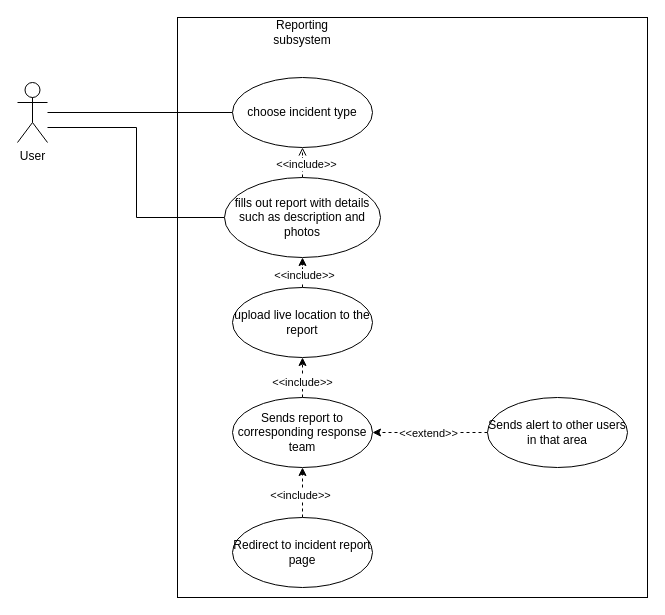
The draw.io diagram Reporting.drawio in Kari19/D1, before the edit. Source tidied: cells renumbered, new cells numbered last; positions are measured from the earlier drawing's top-left corner, leaving out a move shared by most shapes. Both pictures are drawn from the tidied source at 100%, with x=0, y=0 at pixel (17, 17).
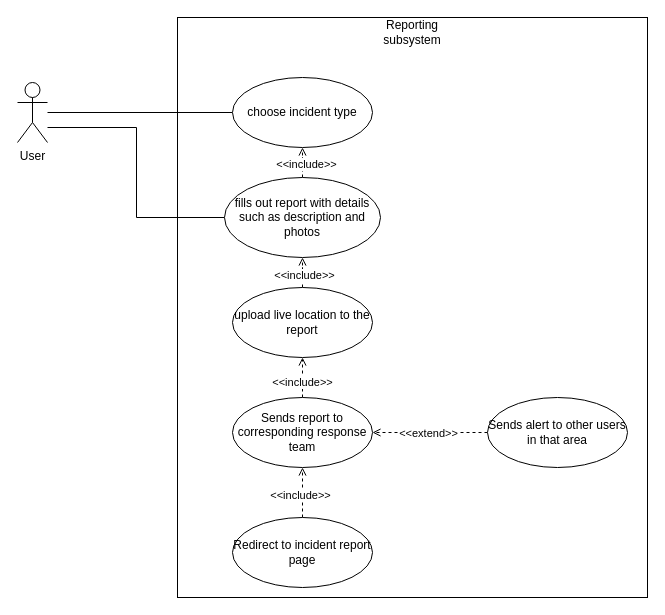
After the change.

The change refers to these unchanged cells:
```xml
<mxCell id="9" value="&lt;div&gt;fills out report with details such as description and photos&lt;/div&gt;" style="ellipse;whiteSpace=wrap;html=1;" parent="1" vertex="1">
  <mxGeometry x="207" y="160" width="156" height="80" as="geometry" />
</mxCell>
<mxCell id="12" value="upload live location to the report" style="ellipse;whiteSpace=wrap;html=1;" parent="1" vertex="1">
  <mxGeometry x="215" y="270" width="140" height="70" as="geometry" />
</mxCell>
<mxCell id="16" value="Sends report to corresponding response team" style="ellipse;whiteSpace=wrap;html=1;" parent="1" vertex="1">
  <mxGeometry x="215" y="380" width="140" height="70" as="geometry" />
</mxCell>
<mxCell id="19" value="Sends alert to other users in that area" style="ellipse;whiteSpace=wrap;html=1;" parent="1" vertex="1">
  <mxGeometry x="470" y="380" width="140" height="70" as="geometry" />
</mxCell>
<mxCell id="22" value="Redirect to incident report page" style="ellipse;whiteSpace=wrap;html=1;" parent="1" vertex="1">
  <mxGeometry x="215" y="500" width="140" height="70" as="geometry" />
</mxCell>
```

The edit, as a diff of the source:
```diff
@@
     <mxCell id="3" value="Reporting subsystem" style="text;html=1;align=center;verticalAlign=middle;whiteSpace=wrap;rounded=0;" parent="1" vertex="1">
-      <mxGeometry x="255" width="60" height="30" as="geometry" />
+      <mxGeometry x="365" width="60" height="30" as="geometry" />
     </mxCell>
@@
-    <mxCell id="10" style="edgeStyle=orthogonalEdgeStyle;rounded=0;jettySize=auto;html=1;dashed=1;" parent="1" edge="1" source="12" target="9">
+    <mxCell id="10" style="edgeStyle=orthogonalEdgeStyle;rounded=0;jettySize=auto;html=1;dashed=1;endArrow=open;endFill=0;" parent="1" edge="1" source="12" target="9">
       <mxGeometry relative="1" as="geometry" />
     </mxCell>
@@
-    <mxCell id="14" style="edgeStyle=orthogonalEdgeStyle;rounded=0;jettySize=auto;html=1;dashed=1;" parent="1" edge="1" source="16" target="12">
+    <mxCell id="14" style="edgeStyle=orthogonalEdgeStyle;rounded=0;jettySize=auto;html=1;dashed=1;endArrow=open;endFill=0;" parent="1" edge="1" source="16" target="12">
       <mxGeometry relative="1" as="geometry" />
     </mxCell>
@@
-    <mxCell id="17" style="edgeStyle=orthogonalEdgeStyle;rounded=0;jettySize=auto;html=1;dashed=1;" parent="1" edge="1" source="19" target="16">
+    <mxCell id="17" style="edgeStyle=orthogonalEdgeStyle;rounded=0;jettySize=auto;html=1;dashed=1;endArrow=open;endFill=0;" parent="1" edge="1" source="19" target="16">
       <mxGeometry relative="1" as="geometry" />
     </mxCell>
@@
-    <mxCell id="20" style="edgeStyle=orthogonalEdgeStyle;rounded=0;jettySize=auto;html=1;dashed=1;" parent="1" edge="1" source="22" target="16">
+    <mxCell id="20" style="edgeStyle=orthogonalEdgeStyle;rounded=0;jettySize=auto;html=1;dashed=1;endArrow=open;endFill=0;" parent="1" edge="1" source="22" target="16">
       <mxGeometry relative="1" as="geometry" />
     </mxCell>
```
